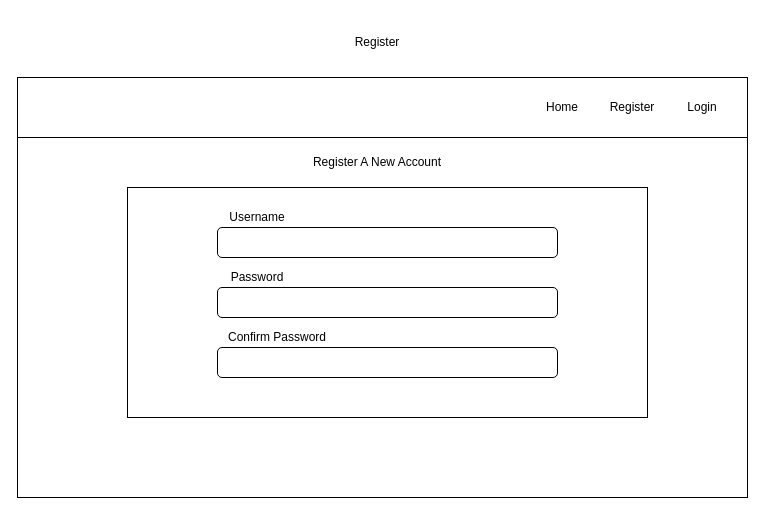
Earlier version of the draw.io diagram page "Register" (3 of 8) of Crypto-tracker-wireframe.drawio (200914ROC2/Crypto-Tracker). Source tidied: cells renumbered, new cells numbered last; positions are measured from the earlier drawing's top-left corner, leaving out a move shared by most shapes. Both pictures are drawn from the tidied source at 100%, with x=0, y=0 at pixel (17, 17).
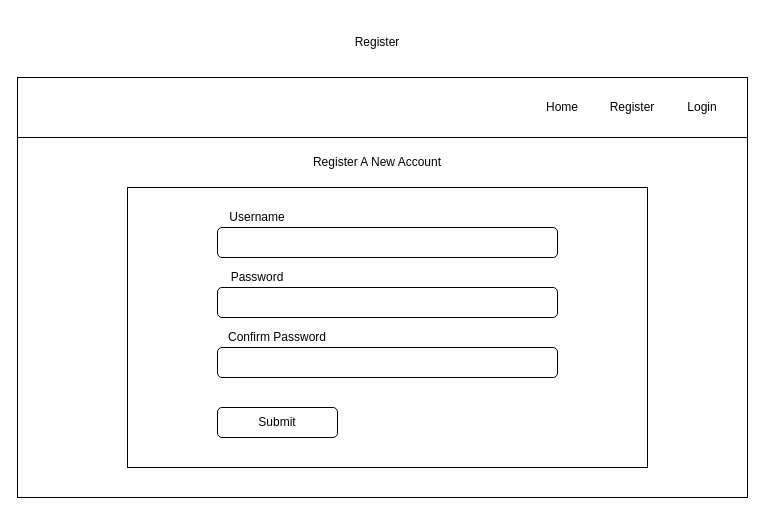
After the change.

Commit message (it also covers changes not shown here):
add submit buttons on Login and Register forms

Diff of the diagram source:
```diff
@@
 <mxGraphModel>
   <root>
     <mxCell id="0" />
     <mxCell id="1" parent="0" />
     <mxCell id="2" style="rounded=0;whiteSpace=wrap;html=1;" parent="1" vertex="1">
       <mxGeometry y="60" width="730" height="420" as="geometry" />
     </mxCell>
     <mxCell id="3" style="rounded=0;whiteSpace=wrap;html=1;" parent="1" vertex="1">
       <mxGeometry y="60" width="730" height="60" as="geometry" />
     </mxCell>
     <mxCell id="4" value="Login" style="text;html=1;strokeColor=none;fillColor=none;align=center;verticalAlign=middle;whiteSpace=wrap;rounded=0;" parent="1" vertex="1">
       <mxGeometry x="650" y="65" width="70" height="50" as="geometry" />
     </mxCell>
     <mxCell id="5" value="Home" style="text;html=1;strokeColor=none;fillColor=none;align=center;verticalAlign=middle;whiteSpace=wrap;rounded=0;" parent="1" vertex="1">
       <mxGeometry x="510" y="65" width="70" height="50" as="geometry" />
     </mxCell>
     <mxCell id="6" value="Register" style="text;html=1;strokeColor=none;fillColor=none;align=center;verticalAlign=middle;whiteSpace=wrap;rounded=0;" parent="1" vertex="1">
       <mxGeometry x="580" y="65" width="70" height="50" as="geometry" />
     </mxCell>
     <mxCell id="7" value="Register" style="text;html=1;strokeColor=none;fillColor=none;align=center;verticalAlign=middle;whiteSpace=wrap;rounded=0;" parent="1" vertex="1">
       <mxGeometry x="280" width="160" height="50" as="geometry" />
     </mxCell>
     <mxCell id="8" style="rounded=0;whiteSpace=wrap;html=1;" parent="1" vertex="1">
-      <mxGeometry x="110" y="170" width="520" height="230" as="geometry" />
+      <mxGeometry x="110" y="170" width="520" height="280" as="geometry" />
     </mxCell>
     <mxCell id="9" style="rounded=1;whiteSpace=wrap;html=1;" parent="1" vertex="1">
       <mxGeometry x="200" y="210" width="340" height="30" as="geometry" />
     </mxCell>
     <mxCell id="10" style="rounded=1;whiteSpace=wrap;html=1;" parent="1" vertex="1">
       <mxGeometry x="200" y="270" width="340" height="30" as="geometry" />
     </mxCell>
     <mxCell id="11" style="rounded=1;whiteSpace=wrap;html=1;" parent="1" vertex="1">
       <mxGeometry x="200" y="330" width="340" height="30" as="geometry" />
     </mxCell>
     <mxCell id="12" value="Register A New Account" style="text;html=1;strokeColor=none;fillColor=none;align=center;verticalAlign=middle;whiteSpace=wrap;rounded=0;" parent="1" vertex="1">
       <mxGeometry x="290" y="130" width="140" height="30" as="geometry" />
     </mxCell>
     <mxCell id="13" value="Username" style="text;html=1;strokeColor=none;fillColor=none;align=center;verticalAlign=middle;whiteSpace=wrap;rounded=0;" parent="1" vertex="1">
       <mxGeometry x="200" y="190" width="80" height="20" as="geometry" />
     </mxCell>
     <mxCell id="14" value="Password" style="text;html=1;strokeColor=none;fillColor=none;align=center;verticalAlign=middle;whiteSpace=wrap;rounded=0;" parent="1" vertex="1">
       <mxGeometry x="200" y="250" width="80" height="20" as="geometry" />
     </mxCell>
     <mxCell id="15" value="Confirm Password" style="text;html=1;strokeColor=none;fillColor=none;align=center;verticalAlign=middle;whiteSpace=wrap;rounded=0;" parent="1" vertex="1">
       <mxGeometry x="200" y="310" width="120" height="20" as="geometry" />
     </mxCell>
+    <mxCell id="16" style="rounded=1;whiteSpace=wrap;html=1;" parent="1" vertex="1">
+      <mxGeometry x="200" y="390" width="120" height="30" as="geometry" />
+    </mxCell>
+    <mxCell id="17" value="Submit" style="text;html=1;strokeColor=none;fillColor=none;align=center;verticalAlign=middle;whiteSpace=wrap;rounded=0;" parent="1" vertex="1">
+      <mxGeometry x="240" y="395" width="40" height="20" as="geometry" />
+    </mxCell>
   </root>
 </mxGraphModel>
```
